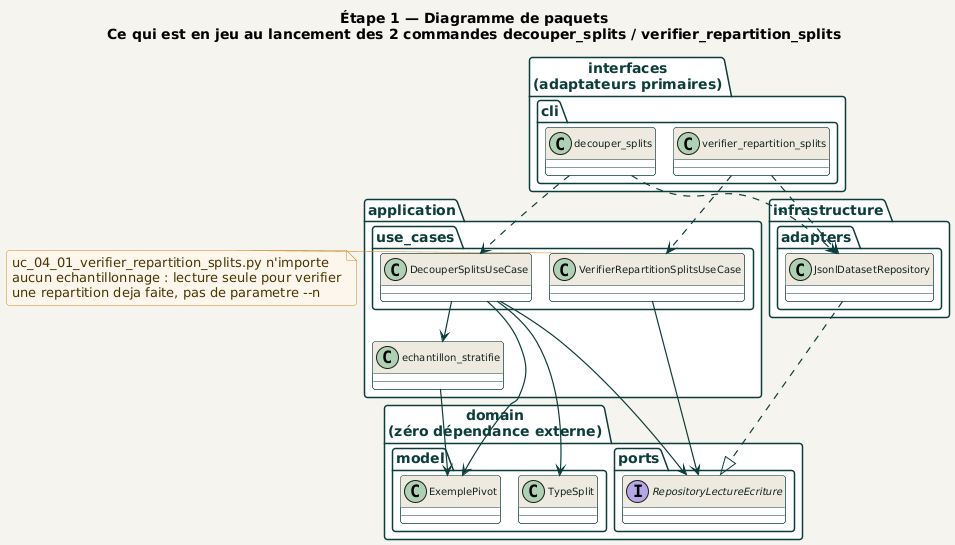
The PlantUML diagram docs/diagrams/02_etape1_donnees/paquets/decouper_splits_paquets.png in racemartin/m14_ocr, before a commit.
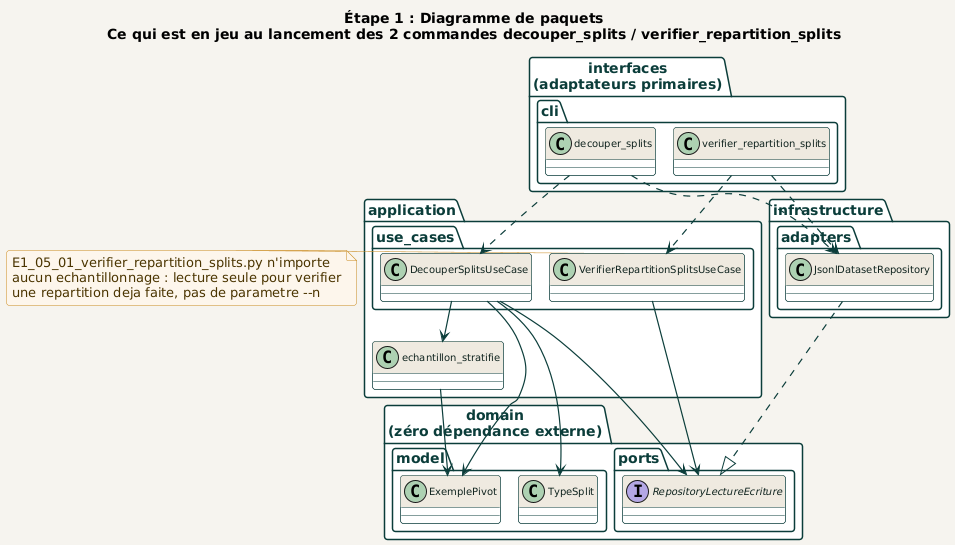
The same file after the commit.

The edit, as a diff of the source:
```diff
@@ -2,7 +2,7 @@
 !pragma layout smetana
 !include ../../_common/estilo.iuml
 
-title Étape 1 — Diagramme de paquets\nCe qui est en jeu au lancement des 2 commandes decouper_splits / verifier_repartition_splits
+title Étape 1 : Diagramme de paquets\nCe qui est en jeu au lancement des 2 commandes decouper_splits / verifier_repartition_splits
 
 package "interfaces\n(adaptateurs primaires)" as INTERFACES {
   package "cli" {
@@ -54,7 +54,7 @@
 JsonlDatasetRepository ..|> RepositoryLectureEcriture
 
 note right of VerifierRepartitionSplitsUseCase
-  uc_04_01_verifier_repartition_splits.py n'importe
+  E1_05_01_verifier_repartition_splits.py n'importe
   aucun echantillonnage : lecture seule pour verifier
   une repartition deja faite, pas de parametre --n
 end note
```
